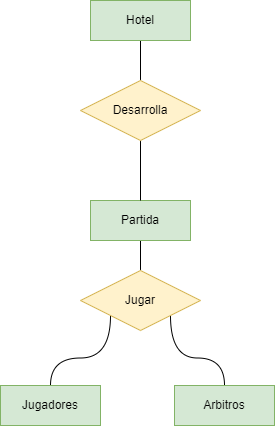
Above: Unidad-1/Tareas/Tarea-evaluable2/tarea_evaluable2.drawio.png in jdrguez/2-Daw (draw.io), before the change. Source tidied: cells renumbered, new cells last; positions are measured from the earlier drawing's top-left corner, leaving out a move shared by most shapes.
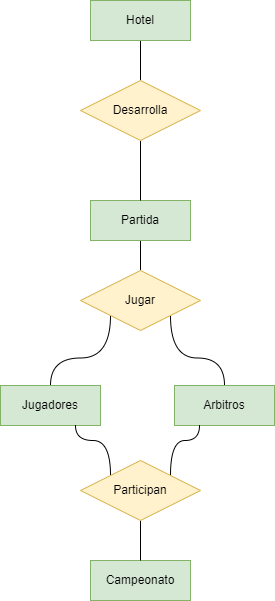
After the change.

Diff of the diagram source:
```diff
@@ -35,5 +35,20 @@
     <mxCell id="12" value="Desarrolla" style="shape=rhombus;perimeter=rhombusPerimeter;whiteSpace=wrap;html=1;align=center;fillColor=#fff2cc;strokeColor=#d6b656;" parent="1" vertex="1">
       <mxGeometry x="80" y="80" width="120" height="60" as="geometry" />
     </mxCell>
+    <mxCell id="13" value="Campeonato" style="whiteSpace=wrap;html=1;align=center;fillColor=#d5e8d4;strokeColor=#82b366;" parent="1" vertex="1">
+      <mxGeometry x="90" y="560" width="100" height="40" as="geometry" />
+    </mxCell>
+    <mxCell id="14" style="edgeStyle=orthogonalEdgeStyle;rounded=0;jettySize=auto;html=1;exitX=1;exitY=0;exitDx=0;exitDy=0;entryX=0.25;entryY=1;entryDx=0;entryDy=0;endArrow=none;endFill=0;curved=1;" parent="1" edge="1" source="17" target="8">
+      <mxGeometry relative="1" as="geometry" />
+    </mxCell>
+    <mxCell id="15" style="edgeStyle=orthogonalEdgeStyle;rounded=0;jettySize=auto;html=1;exitX=0;exitY=0;exitDx=0;exitDy=0;entryX=0.75;entryY=1;entryDx=0;entryDy=0;curved=1;endArrow=none;endFill=0;" parent="1" edge="1" source="17" target="7">
+      <mxGeometry relative="1" as="geometry" />
+    </mxCell>
+    <mxCell id="16" style="edgeStyle=orthogonalEdgeStyle;rounded=0;jettySize=auto;html=1;exitX=0.5;exitY=1;exitDx=0;exitDy=0;entryX=0.5;entryY=0;entryDx=0;entryDy=0;endArrow=none;endFill=0;" parent="1" edge="1" source="17" target="13">
+      <mxGeometry relative="1" as="geometry" />
+    </mxCell>
+    <mxCell id="17" value="Participan" style="shape=rhombus;perimeter=rhombusPerimeter;whiteSpace=wrap;html=1;align=center;fillColor=#fff2cc;strokeColor=#d6b656;" parent="1" vertex="1">
+      <mxGeometry x="80" y="460" width="120" height="60" as="geometry" />
+    </mxCell>
   </root>
 </mxGraphModel>
```
